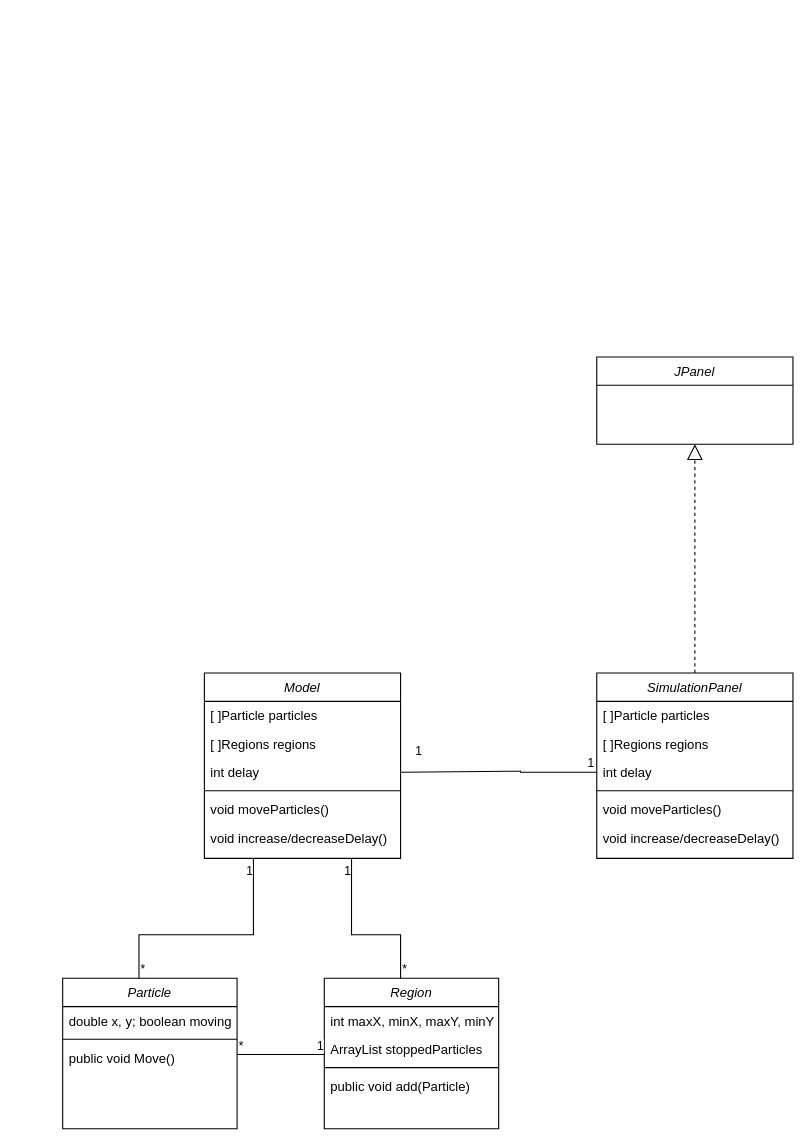
The draw.io diagram ProjectDD1385.drawio in Johtli/Hello-world, before the edit. Source tidied: cells renumbered, new cells numbered last; positions are measured from the earlier drawing's top-left corner, leaving out a move shared by most shapes. Both pictures are drawn from the tidied source at 109%, with x=0, y=0 at pixel (62, 356).
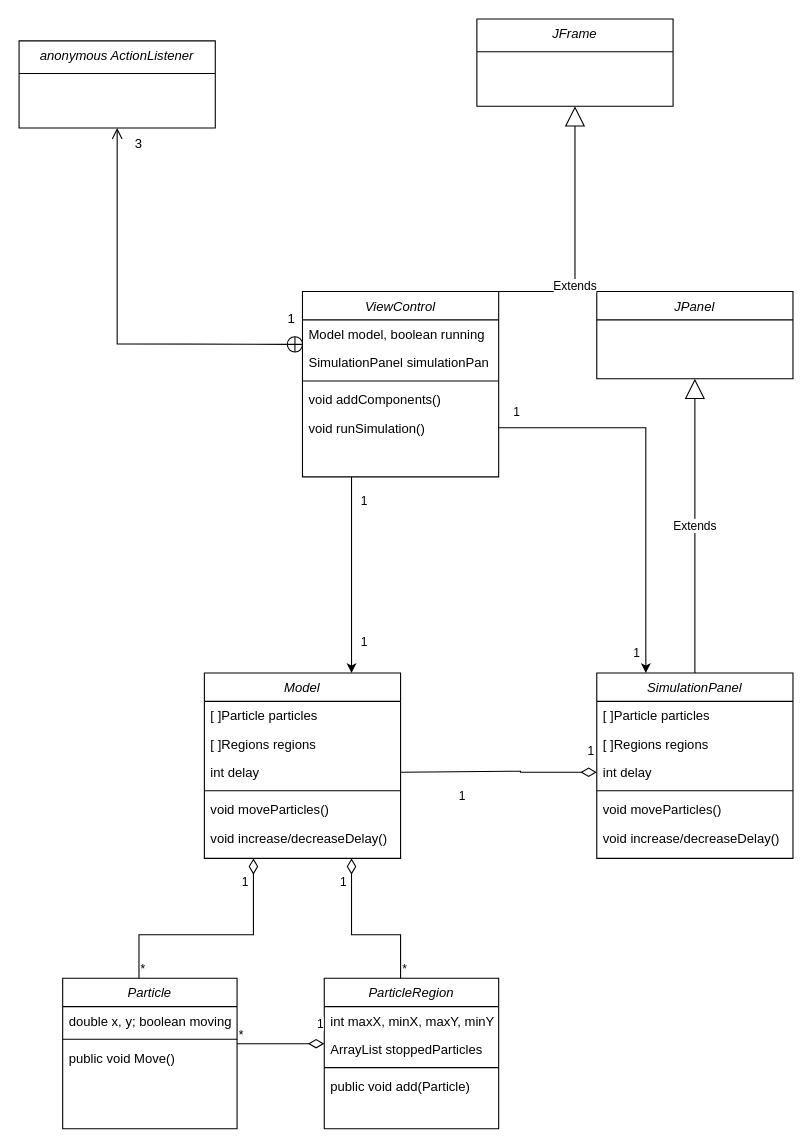
After the change.

Unchanged cells that the change refers to:
```xml
<mxCell id="2" value="Particle&#10;" style="swimlane;fontStyle=2;align=center;verticalAlign=top;horizontal=1;startSize=26;rounded=0;shadow=0;strokeWidth=1;" parent="1" vertex="1">
  <mxGeometry y="570" width="160" height="138" as="geometry" />
</mxCell>
<mxCell id="17" value="Model&#10;" style="swimlane;fontStyle=2;align=center;verticalAlign=top;horizontal=1;startSize=26;rounded=0;shadow=0;strokeWidth=1;" parent="1" vertex="1">
  <mxGeometry x="130" y="290" width="180" height="170" as="geometry" />
</mxCell>
<mxCell id="20" value="int delay" style="text;align=left;verticalAlign=top;spacingLeft=4;spacingRight=4;overflow=hidden;points=[[0,0.5],[1,0.5]];portConstraint=eastwest;rounded=0;shadow=0;html=0;" parent="17" vertex="1">
  <mxGeometry y="78" width="180" height="26" as="geometry" />
</mxCell>
<mxCell id="27" value="SimulationPanel&#10;" style="swimlane;fontStyle=2;align=center;verticalAlign=top;horizontal=1;startSize=26;rounded=0;shadow=0;strokeWidth=1;" parent="1" vertex="1">
  <mxGeometry x="490" y="290" width="180" height="170" as="geometry" />
</mxCell>
<mxCell id="30" value="int delay" style="text;align=left;verticalAlign=top;spacingLeft=4;spacingRight=4;overflow=hidden;points=[[0,0.5],[1,0.5]];portConstraint=eastwest;rounded=0;shadow=0;html=0;" parent="27" vertex="1">
  <mxGeometry y="78" width="180" height="26" as="geometry" />
</mxCell>
```

Diff of the diagram source:
```diff
@@
-    <mxCell id="3" style="endArrow=none;html=1;edgeStyle=orthogonalEdgeStyle;rounded=0;entryX=0.25;entryY=1;entryDx=0;entryDy=0;" parent="2" edge="1" target="17">
+    <mxCell id="3" style="endArrow=diamondThin;html=1;edgeStyle=orthogonalEdgeStyle;rounded=0;entryX=0.25;entryY=1;entryDx=0;entryDy=0;endFill=0;strokeWidth=1;endSize=12;" parent="2" edge="1" target="17">
       <mxGeometry relative="1" as="geometry">
         <mxPoint x="70" as="sourcePoint" />
         <Array as="points">
           <mxPoint x="70" y="-40" />
           <mxPoint x="175" y="-40" />
         </Array>
       </mxGeometry>
     </mxCell>
@@
     <mxCell id="5" value="1" style="edgeLabel;html=1;align=right;verticalAlign=bottom;" parent="3" vertex="1">
       <mxGeometry x="1" relative="1" as="geometry">
-        <mxPoint y="20" as="offset" />
+        <mxPoint x="-4" y="30" as="offset" />
       </mxGeometry>
     </mxCell>
@@
-    <mxCell id="9" value="Region" style="swimlane;fontStyle=2;align=center;verticalAlign=top;horizontal=1;startSize=26;rounded=0;shadow=0;strokeWidth=1;" parent="1" vertex="1">
+    <mxCell id="9" value="ParticleRegion" style="swimlane;fontStyle=2;align=center;verticalAlign=top;horizontal=1;startSize=26;rounded=0;shadow=0;strokeWidth=1;" parent="1" vertex="1">
       <mxGeometry x="240" y="570" width="160" height="138" as="geometry" />
     </mxCell>
@@
-    <mxCell id="14" style="endArrow=none;html=1;edgeStyle=orthogonalEdgeStyle;rounded=0;" parent="1" edge="1">
+    <mxCell id="14" style="endArrow=diamondThin;html=1;edgeStyle=orthogonalEdgeStyle;rounded=0;endFill=0;endSize=12;" parent="1" edge="1">
       <mxGeometry relative="1" as="geometry">
-        <mxPoint x="160" y="640" as="sourcePoint" />
-        <mxPoint x="240" y="640" as="targetPoint" />
+        <mxPoint x="160" y="630" as="sourcePoint" />
+        <mxPoint x="240" y="630" as="targetPoint" />
       </mxGeometry>
     </mxCell>
@@
     <mxCell id="16" value="1" style="edgeLabel;html=1;align=right;verticalAlign=bottom;" parent="14" vertex="1">
-      <mxGeometry x="1" relative="1" as="geometry" />
+      <mxGeometry x="1" relative="1" as="geometry">
+        <mxPoint y="-10" as="offset" />
+      </mxGeometry>
     </mxCell>
@@
-    <mxCell id="24" style="endArrow=none;html=1;edgeStyle=orthogonalEdgeStyle;rounded=0;entryX=0.75;entryY=1;entryDx=0;entryDy=0;" parent="1" edge="1" target="17">
+    <mxCell id="24" style="endArrow=diamondThin;html=1;edgeStyle=orthogonalEdgeStyle;rounded=0;startArrow=none;startFill=0;endFill=0;endSize=12;startSize=8;" parent="1" edge="1">
       <mxGeometry relative="1" as="geometry">
         <mxPoint x="310" y="570" as="sourcePoint" />
+        <mxPoint x="265" y="460" as="targetPoint" />
         <Array as="points">
           <mxPoint x="310" y="530" />
           <mxPoint x="265" y="530" />
+          <mxPoint x="265" y="460" />
         </Array>
       </mxGeometry>
     </mxCell>
@@
     <mxCell id="26" value="1" style="edgeLabel;html=1;align=right;verticalAlign=bottom;" parent="24" vertex="1">
       <mxGeometry x="1" relative="1" as="geometry">
-        <mxPoint y="20" as="offset" />
+        <mxPoint x="-4" y="30" as="offset" />
       </mxGeometry>
     </mxCell>
@@
     <mxCell id="34" value="JPanel&#10;" style="swimlane;fontStyle=2;align=center;verticalAlign=top;horizontal=1;startSize=26;rounded=0;shadow=0;strokeWidth=1;" parent="1" vertex="1">
-      <mxGeometry x="490" width="180" height="80" as="geometry" />
+      <mxGeometry x="490" y="-60" width="180" height="80" as="geometry" />
     </mxCell>
-    <mxCell id="35" style="endArrow=block;dashed=1;endFill=0;endSize=12;html=1;rounded=0;entryX=0.5;entryY=1;entryDx=0;entryDy=0;exitX=0.5;exitY=0;exitDx=0;exitDy=0;" parent="1" edge="1" source="27" target="34">
-      <mxGeometry relative="1" as="geometry" />
-    </mxCell>
-    <mxCell id="36" style="endArrow=none;html=1;edgeStyle=orthogonalEdgeStyle;rounded=0;entryX=1;entryY=0.5;entryDx=0;entryDy=0;exitX=0;exitY=0.5;exitDx=0;exitDy=0;" parent="1" edge="1" source="30" target="20">
+    <mxCell id="36" style="endArrow=none;html=1;edgeStyle=orthogonalEdgeStyle;rounded=0;entryX=1;entryY=0.5;entryDx=0;entryDy=0;exitX=0;exitY=0.5;exitDx=0;exitDy=0;endFill=0;endSize=6;startArrow=diamondThin;startFill=0;targetPerimeterSpacing=0;startSize=12;" parent="1" edge="1" source="30" target="20">
       <mxGeometry relative="1" as="geometry">
         <Array as="points">
           <mxPoint x="420" y="381" />
           <mxPoint x="420" y="380" />
         </Array>
       </mxGeometry>
     </mxCell>
     <mxCell id="37" value="1" style="edgeLabel;html=1;align=left;verticalAlign=bottom;" parent="36" vertex="1">
       <mxGeometry x="-1" relative="1" as="geometry">
-        <mxPoint x="-10" as="offset" />
+        <mxPoint x="-10" y="-11" as="offset" />
       </mxGeometry>
     </mxCell>
     <mxCell id="38" value="1" style="edgeLabel;html=1;align=right;verticalAlign=bottom;" parent="36" vertex="1">
       <mxGeometry x="1" relative="1" as="geometry">
-        <mxPoint x="20" y="-11" as="offset" />
+        <mxPoint x="110" y="-322" as="offset" />
       </mxGeometry>
     </mxCell>
+    <mxCell id="39" value="ViewControl" style="swimlane;fontStyle=2;align=center;verticalAlign=top;horizontal=1;startSize=26;rounded=0;shadow=0;strokeWidth=1;" parent="1" vertex="1">
+      <mxGeometry x="220" y="-60" width="180" height="170" as="geometry" />
+    </mxCell>
+    <mxCell id="40" value="Model model, boolean running " style="text;align=left;verticalAlign=top;spacingLeft=4;spacingRight=4;overflow=hidden;" parent="39" vertex="1">
+      <mxGeometry y="26" width="180" height="26" as="geometry" />
+    </mxCell>
+    <mxCell id="41" value="SimulationPanel simulationPan" style="text;align=left;verticalAlign=top;spacingLeft=4;spacingRight=4;overflow=hidden;points=[[0,0.5],[1,0.5]];portConstraint=eastwest;rounded=0;shadow=0;html=0;" parent="39" vertex="1">
+      <mxGeometry y="52" width="180" height="26" as="geometry" />
+    </mxCell>
+    <mxCell id="42" style="line;html=1;strokeWidth=1;align=left;verticalAlign=middle;spacingTop=-1;spacingLeft=3;spacingRight=3;labelPosition=right;" parent="39" vertex="1">
+      <mxGeometry y="78" width="180" height="8" as="geometry" />
+    </mxCell>
+    <mxCell id="43" value="void addComponents()" style="text;align=left;verticalAlign=top;spacingLeft=4;spacingRight=4;overflow=hidden;" parent="39" vertex="1">
+      <mxGeometry y="86" width="180" height="26" as="geometry" />
+    </mxCell>
+    <mxCell id="44" value="void runSimulation()" style="text;align=left;verticalAlign=top;spacingLeft=4;spacingRight=4;overflow=hidden;points=[[0,0.5],[1,0.5]];portConstraint=eastwest;" parent="39" vertex="1">
+      <mxGeometry y="112" width="180" height="26" as="geometry" />
+    </mxCell>
+    <mxCell id="45" value="JFrame&#10;" style="swimlane;fontStyle=2;align=center;verticalAlign=top;horizontal=1;startSize=30;rounded=0;shadow=0;strokeWidth=1;" parent="1" vertex="1">
+      <mxGeometry x="380" y="-310" width="180" height="80" as="geometry" />
+    </mxCell>
+    <mxCell id="46" value="anonymous ActionListener" style="swimlane;fontStyle=2;align=center;verticalAlign=top;horizontal=1;startSize=30;rounded=0;shadow=0;strokeWidth=1;" parent="1" vertex="1">
+      <mxGeometry x="-40" y="-290" width="180" height="80" as="geometry" />
+    </mxCell>
+    <mxCell id="47" value="Extends" style="endArrow=block;endSize=16;endFill=0;html=1;rounded=0;exitX=0.5;exitY=0;exitDx=0;exitDy=0;" parent="1" edge="1" source="39">
+      <mxGeometry relative="1" as="geometry">
+        <mxPoint x="470" y="-230" as="targetPoint" />
+        <Array as="points">
+          <mxPoint x="470" y="-60" />
+        </Array>
+      </mxGeometry>
+    </mxCell>
+    <mxCell id="35" value="Extends" style="endArrow=block;endSize=16;endFill=0;html=1;rounded=0;exitX=0.5;exitY=0;exitDx=0;exitDy=0;entryX=0.5;entryY=1;entryDx=0;entryDy=0;" parent="1" edge="1" source="27" target="34">
+      <mxGeometry relative="1" as="geometry" />
+    </mxCell>
+    <mxCell id="48" style="endArrow=classic;html=1;rounded=0;exitX=0.25;exitY=1;exitDx=0;exitDy=0;entryX=0.75;entryY=0;entryDx=0;entryDy=0;" parent="1" edge="1" source="39" target="17">
+      <mxGeometry relative="1" as="geometry" />
+    </mxCell>
+    <mxCell id="49" style="endArrow=classic;html=1;rounded=0;exitX=1;exitY=0.5;exitDx=0;exitDy=0;entryX=0.25;entryY=0;entryDx=0;entryDy=0;" parent="1" edge="1" source="44" target="27">
+      <mxGeometry relative="1" as="geometry">
+        <Array as="points">
+          <mxPoint x="535" y="65" />
+        </Array>
+      </mxGeometry>
+    </mxCell>
+    <mxCell id="50" style="endArrow=open;startArrow=circlePlus;endFill=0;startFill=0;endSize=8;html=1;rounded=0;entryX=0.5;entryY=1;entryDx=0;entryDy=0;exitX=0.006;exitY=-0.136;exitDx=0;exitDy=0;exitPerimeter=0;" parent="1" edge="1" source="41" target="46">
+      <mxGeometry relative="1" as="geometry">
+        <Array as="points">
+          <mxPoint x="50" y="-12" />
+        </Array>
+      </mxGeometry>
+    </mxCell>
+    <mxCell id="51" value="3" style="text;html=1;strokeColor=none;fillColor=none;align=center;verticalAlign=middle;whiteSpace=wrap;rounded=0;" parent="1" vertex="1">
+      <mxGeometry x="40" y="-210" width="60" height="30" as="geometry" />
+    </mxCell>
+    <mxCell id="52" value="1" style="text;html=1;strokeColor=none;fillColor=none;align=center;verticalAlign=middle;whiteSpace=wrap;rounded=0;" parent="1" vertex="1">
+      <mxGeometry x="180" y="-50" width="60" height="30" as="geometry" />
+    </mxCell>
+    <mxCell id="53" value="1" style="edgeLabel;html=1;align=right;verticalAlign=bottom;" parent="1" vertex="1">
+      <mxGeometry x="530" y="280" as="geometry" />
+    </mxCell>
+    <mxCell id="54" value="1" style="edgeLabel;html=1;align=right;verticalAlign=bottom;" parent="1" vertex="1">
+      <mxGeometry x="280" y="140" as="geometry" />
+    </mxCell>
+    <mxCell id="55" value="1" style="edgeLabel;html=1;align=right;verticalAlign=bottom;" parent="1" vertex="1">
+      <mxGeometry x="280" y="270" as="geometry" />
+    </mxCell>
+    <mxCell id="56" value="1" style="edgeLabel;html=1;align=right;verticalAlign=bottom;" parent="1" vertex="1">
+      <mxGeometry x="370" y="410.6" as="geometry" />
+    </mxCell>
```
